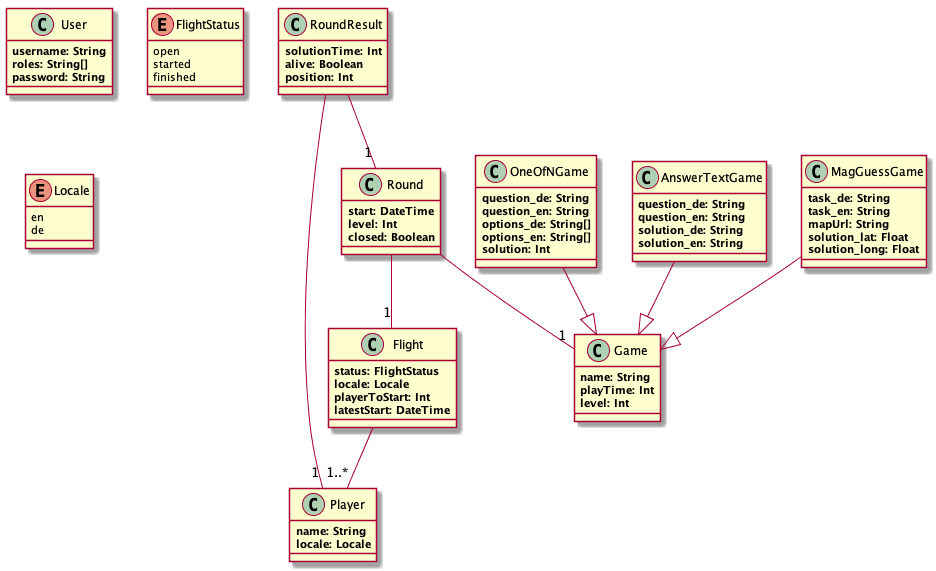
Before: express/domain.png, a diagram exported from PlantUML (betterobjects/activeql).
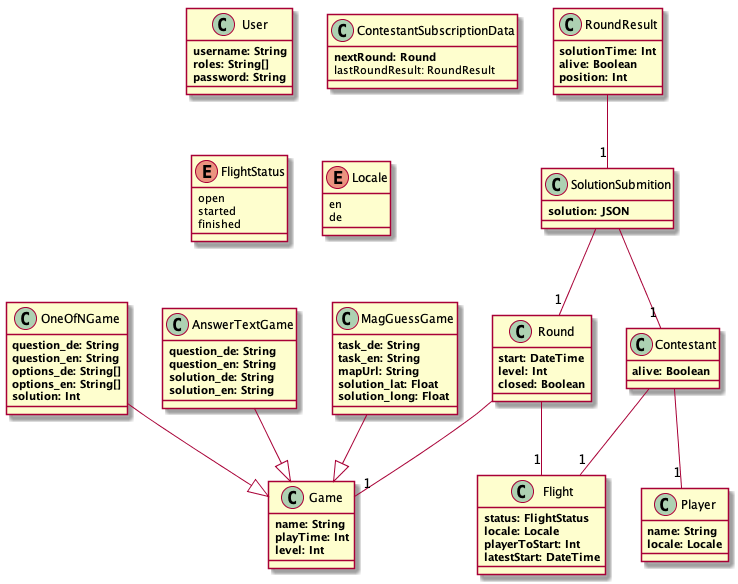
The same diagram one commit later.

The edit, as a diff of the source:
```diff
@@ -1,17 +1,18 @@
 @startuml domain
+
+class Contestant {
+  **alive: Boolean**
+}
+
+Contestant -- "1" Player
+
+Contestant -- "1" Flight
 
 class Flight {
   **status: FlightStatus**
   **locale: Locale**
   **playerToStart: Int**
   **latestStart: DateTime**
-}
-
-Flight -- "1..*" Player
-
-class Player {
-  **name: String**
-  **locale: Locale**
 }
 
 class Game {
@@ -49,6 +50,19 @@
 
 MagGuessGame --|> Game
 
+class Player {
+  **name: String**
+  **locale: Locale**
+}
+
+class RoundResult {
+  **solutionTime: Int**
+  **alive: Boolean**
+  **position: Int**
+}
+
+RoundResult -- "1" SolutionSubmition
+
 class Round {
   **start: DateTime**
   **level: Int**
@@ -59,20 +73,23 @@
 
 Round -- "1" Flight
 
-class RoundResult {
-  **solutionTime: Int**
-  **alive: Boolean**
-  **position: Int**
+class SolutionSubmition {
+  **solution: JSON**
 }
 
-RoundResult -- "1" Round
+SolutionSubmition -- "1" Round
 
-RoundResult -- "1" Player
+SolutionSubmition -- "1" Contestant
 
 class User {
   **username: String**
   **roles: String[]**
   **password: String**
+}
+
+class ContestantSubscriptionData {
+  **nextRound: Round**
+  lastRoundResult: RoundResult
 }
 
 enum FlightStatus {
```
